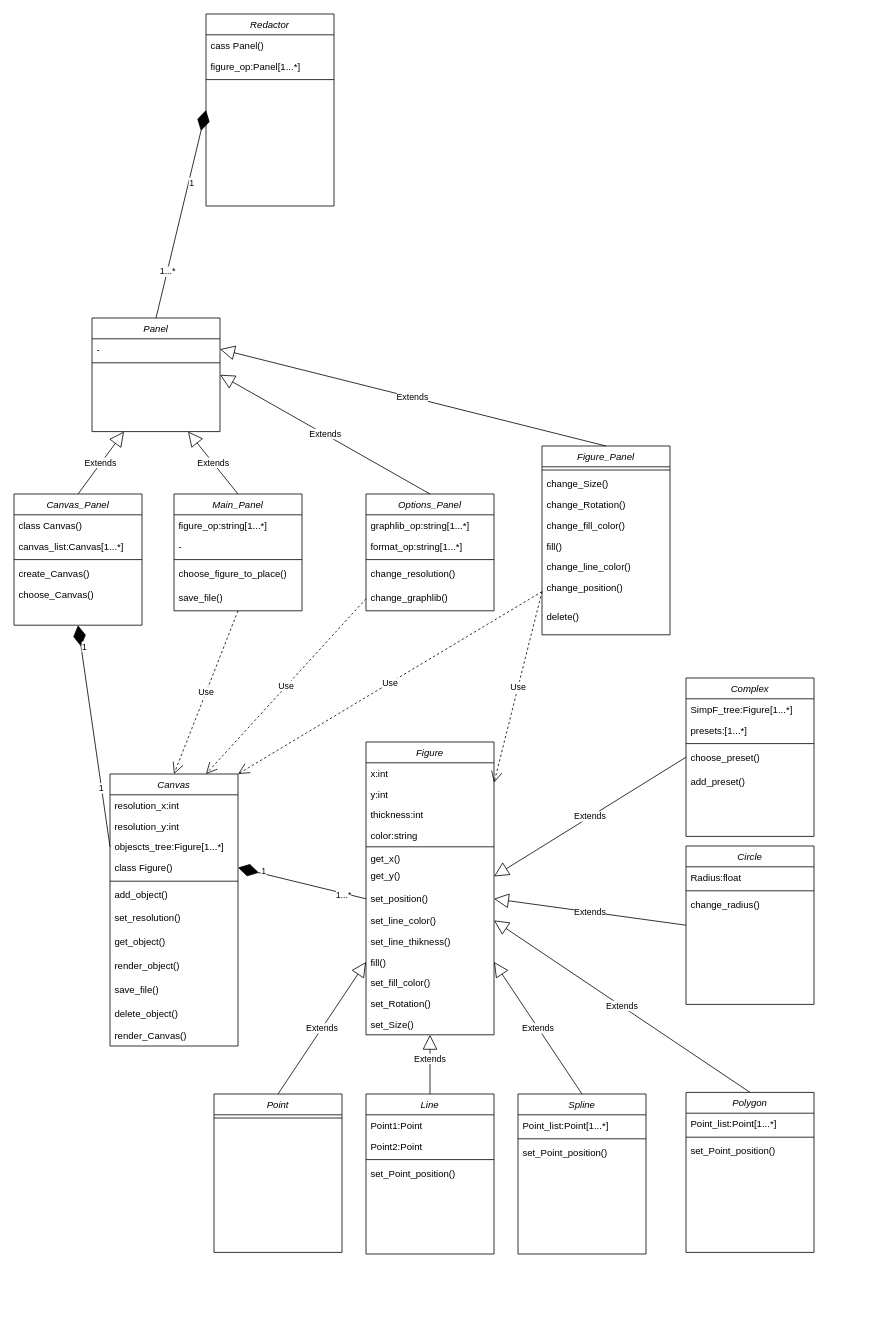
This is Диаграмма классов.drawio from MstislavRomanovski/ProgramIngeneering, a draw.io file, before an edit. Source tidied: cells renumbered, new cells numbered last; positions are measured from the earlier drawing's top-left corner, leaving out a move shared by most shapes. Both pictures are drawn from the tidied source at 80%, with x=0, y=0 at pixel (14, 14).
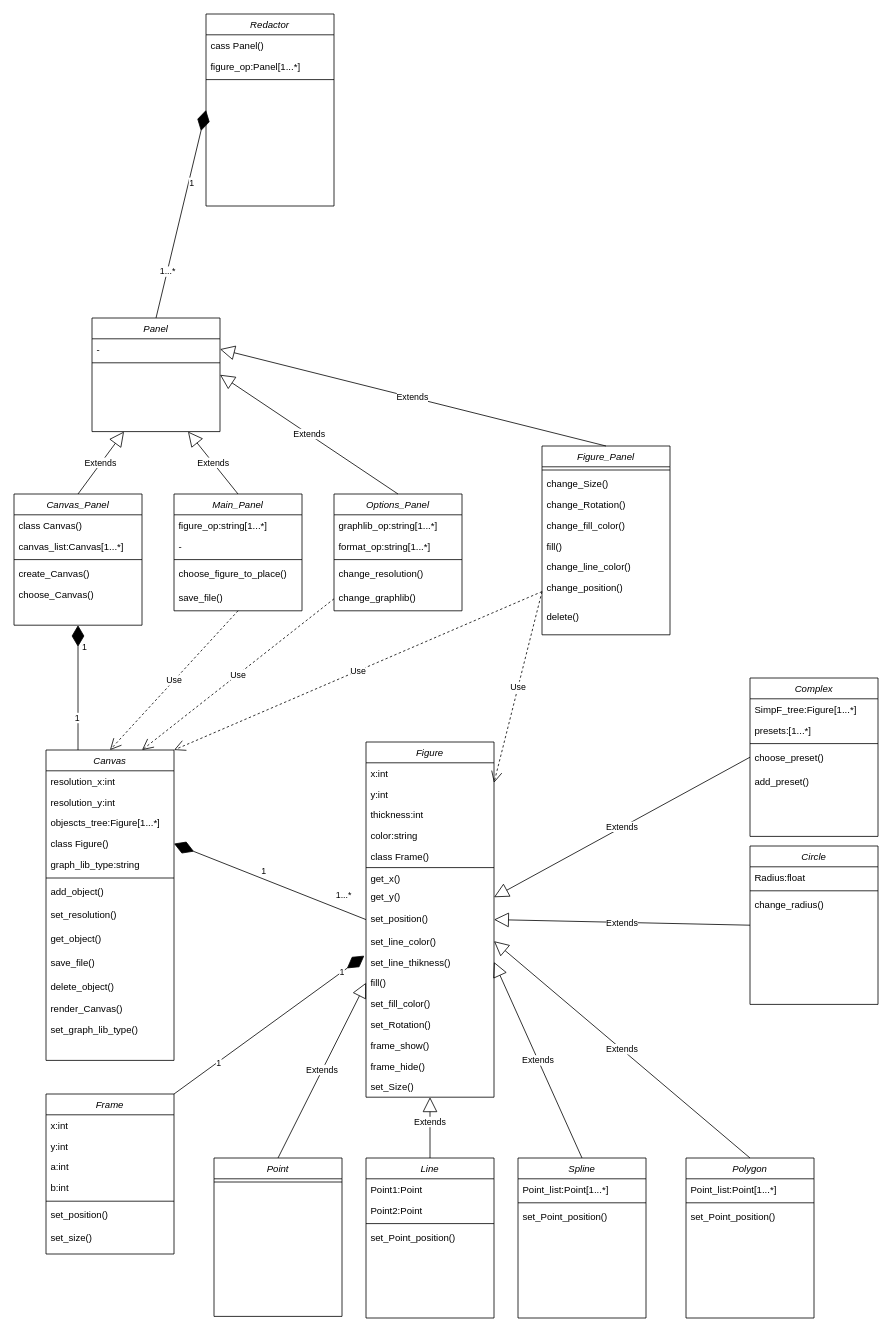
The same diagram, later.

Unchanged cells that the change refers to:
```xml
<mxCell id="5" value="objescts_tree:Figure[1...*]" style="text;align=left;verticalAlign=top;spacingLeft=4;spacingRight=4;overflow=hidden;points=[[0,0.5],[1,0.5]];portConstraint=eastwest;rounded=0;shadow=0;html=0;" parent="2" vertex="1">
  <mxGeometry y="78" width="160" height="26" as="geometry" />
</mxCell>
<mxCell id="92" value="Canvas_Panel" style="swimlane;fontStyle=2;align=center;verticalAlign=top;horizontal=1;startSize=26;rounded=0;shadow=0;strokeWidth=1;" parent="1" vertex="1">
  <mxGeometry y="600" width="160" height="164" as="geometry" />
</mxCell>
```

What changed in the source:
```diff
@@
     <mxCell id="2" value="Canvas" style="swimlane;fontStyle=2;align=center;verticalAlign=top;horizontal=1;startSize=26;rounded=0;shadow=0;strokeWidth=1;" parent="1" vertex="1">
-      <mxGeometry x="120" y="950" width="160" height="340" as="geometry" />
+      <mxGeometry x="40" y="920" width="160" height="388" as="geometry" />
     </mxCell>
@@
+    <mxCell id="112" value="graph_lib_type:string" style="text;align=left;verticalAlign=top;spacingLeft=4;spacingRight=4;overflow=hidden;rounded=0;shadow=0;html=0;" parent="2" vertex="1">
+      <mxGeometry y="130" width="160" height="26" as="geometry" />
+    </mxCell>
     <mxCell id="7" style="line;html=1;strokeWidth=1;align=left;verticalAlign=middle;spacingTop=-1;spacingLeft=3;spacingRight=3;labelPosition=right;" parent="2" vertex="1">
-      <mxGeometry y="130" width="160" height="8" as="geometry" />
+      <mxGeometry y="156" width="160" height="8" as="geometry" />
     </mxCell>
     <mxCell id="8" value="add_object()" style="text;align=left;verticalAlign=top;spacingLeft=4;spacingRight=4;overflow=hidden;" parent="2" vertex="1">
-      <mxGeometry y="138" width="160" height="28" as="geometry" />
+      <mxGeometry y="164" width="160" height="28" as="geometry" />
     </mxCell>
     <mxCell id="9" value="set_resolution()&#10;" style="text;align=left;verticalAlign=top;spacingLeft=4;spacingRight=4;overflow=hidden;" parent="2" vertex="1">
-      <mxGeometry y="166" width="160" height="30" as="geometry" />
+      <mxGeometry y="192" width="160" height="30" as="geometry" />
     </mxCell>
     <mxCell id="10" value="get_object()&#10;" style="text;align=left;verticalAlign=top;spacingLeft=4;spacingRight=4;overflow=hidden;" parent="2" vertex="1">
-      <mxGeometry y="196" width="160" height="30" as="geometry" />
+      <mxGeometry y="222" width="160" height="30" as="geometry" />
     </mxCell>
-    <mxCell id="11" value="render_object()&#10;" style="text;align=left;verticalAlign=top;spacingLeft=4;spacingRight=4;overflow=hidden;" parent="2" vertex="1">
-      <mxGeometry y="226" width="160" height="30" as="geometry" />
-    </mxCell>
     <mxCell id="12" value="save_file()&#10;" style="text;align=left;verticalAlign=top;spacingLeft=4;spacingRight=4;overflow=hidden;" parent="2" vertex="1">
-      <mxGeometry y="256" width="160" height="30" as="geometry" />
+      <mxGeometry y="252" width="160" height="30" as="geometry" />
     </mxCell>
     <mxCell id="13" value="delete_object()" style="text;align=left;verticalAlign=top;spacingLeft=4;spacingRight=4;overflow=hidden;" parent="2" vertex="1">
-      <mxGeometry y="286" width="160" height="28" as="geometry" />
+      <mxGeometry y="282" width="160" height="28" as="geometry" />
     </mxCell>
     <mxCell id="14" value="render_Canvas()" style="text;align=left;verticalAlign=top;spacingLeft=4;spacingRight=4;overflow=hidden;" parent="2" vertex="1">
-      <mxGeometry y="314" width="160" height="26" as="geometry" />
+      <mxGeometry y="310" width="160" height="26" as="geometry" />
     </mxCell>
+    <mxCell id="113" value="set_graph_lib_type()" style="text;align=left;verticalAlign=top;spacingLeft=4;spacingRight=4;overflow=hidden;" parent="2" vertex="1">
+      <mxGeometry y="336" width="160" height="26" as="geometry" />
+    </mxCell>
     <mxCell id="15" value="Figure" style="swimlane;fontStyle=2;align=center;verticalAlign=top;horizontal=1;startSize=26;rounded=0;shadow=0;strokeWidth=1;" parent="1" vertex="1">
-      <mxGeometry x="440" y="910" width="160" height="366" as="geometry" />
+      <mxGeometry x="440" y="910" width="160" height="444" as="geometry" />
     </mxCell>
@@
+    <mxCell id="114" value="class Frame()" style="text;align=left;verticalAlign=top;spacingLeft=4;spacingRight=4;overflow=hidden;rounded=0;shadow=0;html=0;" parent="15" vertex="1">
+      <mxGeometry y="130" width="160" height="26" as="geometry" />
+    </mxCell>
     <mxCell id="20" style="line;html=1;strokeWidth=1;align=left;verticalAlign=middle;spacingTop=-1;spacingLeft=3;spacingRight=3;labelPosition=right;" parent="15" vertex="1">
-      <mxGeometry y="130" width="160" height="2" as="geometry" />
+      <mxGeometry y="156" width="160" height="2" as="geometry" />
     </mxCell>
     <mxCell id="21" value="get_x()&#10;" style="text;align=left;verticalAlign=top;spacingLeft=4;spacingRight=4;overflow=hidden;" parent="15" vertex="1">
-      <mxGeometry y="132" width="160" height="22" as="geometry" />
+      <mxGeometry y="158" width="160" height="22" as="geometry" />
     </mxCell>
     <mxCell id="22" value="get_y()&#10;" style="text;align=left;verticalAlign=top;spacingLeft=4;spacingRight=4;overflow=hidden;points=[[0,0.5],[1,0.5]];portConstraint=eastwest;" parent="15" vertex="1">
-      <mxGeometry y="154" width="160" height="28" as="geometry" />
+      <mxGeometry y="180" width="160" height="28" as="geometry" />
     </mxCell>
     <mxCell id="23" value="set_position()&#10;" style="text;align=left;verticalAlign=top;spacingLeft=4;spacingRight=4;overflow=hidden;points=[[0,0.5],[1,0.5]];portConstraint=eastwest;" parent="15" vertex="1">
-      <mxGeometry y="182" width="160" height="28" as="geometry" />
+      <mxGeometry y="208" width="160" height="28" as="geometry" />
     </mxCell>
     <mxCell id="24" value="set_line_color()" style="text;align=left;verticalAlign=top;spacingLeft=4;spacingRight=4;overflow=hidden;points=[[0,0.5],[1,0.5]];portConstraint=eastwest;rounded=0;shadow=0;html=0;" parent="15" vertex="1">
-      <mxGeometry y="210" width="160" height="26" as="geometry" />
+      <mxGeometry y="236" width="160" height="26" as="geometry" />
     </mxCell>
     <mxCell id="25" value="set_line_thikness()" style="text;align=left;verticalAlign=top;spacingLeft=4;spacingRight=4;overflow=hidden;points=[[0,0.5],[1,0.5]];portConstraint=eastwest;rounded=0;shadow=0;html=0;" parent="15" vertex="1">
-      <mxGeometry y="236" width="160" height="26" as="geometry" />
+      <mxGeometry y="262" width="160" height="26" as="geometry" />
     </mxCell>
     <mxCell id="26" value="fill()" style="text;align=left;verticalAlign=top;spacingLeft=4;spacingRight=4;overflow=hidden;points=[[0,0.5],[1,0.5]];portConstraint=eastwest;rounded=0;shadow=0;html=0;" parent="15" vertex="1">
-      <mxGeometry y="262" width="160" height="26" as="geometry" />
+      <mxGeometry y="288" width="160" height="26" as="geometry" />
     </mxCell>
     <mxCell id="27" value="set_fill_color()" style="text;align=left;verticalAlign=top;spacingLeft=4;spacingRight=4;overflow=hidden;rounded=0;shadow=0;html=0;" parent="15" vertex="1">
-      <mxGeometry y="288" width="160" height="26" as="geometry" />
+      <mxGeometry y="314" width="160" height="26" as="geometry" />
     </mxCell>
     <mxCell id="28" value="set_Rotation()" style="text;align=left;verticalAlign=top;spacingLeft=4;spacingRight=4;overflow=hidden;rounded=0;shadow=0;html=0;" parent="15" vertex="1">
-      <mxGeometry y="314" width="160" height="26" as="geometry" />
+      <mxGeometry y="340" width="160" height="26" as="geometry" />
     </mxCell>
+    <mxCell id="115" value="frame_show()" style="text;align=left;verticalAlign=top;spacingLeft=4;spacingRight=4;overflow=hidden;rounded=0;shadow=0;html=0;" parent="15" vertex="1">
+      <mxGeometry y="366" width="160" height="26" as="geometry" />
+    </mxCell>
+    <mxCell id="116" value="frame_hide()" style="text;align=left;verticalAlign=top;spacingLeft=4;spacingRight=4;overflow=hidden;rounded=0;shadow=0;html=0;" parent="15" vertex="1">
+      <mxGeometry y="392" width="160" height="26" as="geometry" />
+    </mxCell>
     <mxCell id="29" value="set_Size()" style="text;align=left;verticalAlign=top;spacingLeft=4;spacingRight=4;overflow=hidden;rounded=0;shadow=0;html=0;" parent="15" vertex="1">
-      <mxGeometry y="340" width="160" height="26" as="geometry" />
+      <mxGeometry y="418" width="160" height="26" as="geometry" />
     </mxCell>
@@
-    <mxCell id="40" style="endArrow=diamondThin;endFill=1;endSize=24;html=1;rounded=0;exitX=0;exitY=0.5;exitDx=0;exitDy=0;entryX=0.5;entryY=1;entryDx=0;entryDy=0;" parent="1" edge="1" source="5" target="92">
+    <mxCell id="40" style="endArrow=diamondThin;endFill=1;endSize=24;html=1;rounded=0;exitX=0.25;exitY=0;exitDx=0;exitDy=0;entryX=0.5;entryY=1;entryDx=0;entryDy=0;" parent="1" edge="1" source="2" target="92">
       <mxGeometry relative="1" as="geometry" />
     </mxCell>
@@
     <mxCell id="43" value="Point" style="swimlane;fontStyle=2;align=center;verticalAlign=top;horizontal=1;startSize=26;rounded=0;shadow=0;strokeWidth=1;" parent="1" vertex="1">
-      <mxGeometry x="250" y="1350" width="160" height="198" as="geometry" />
+      <mxGeometry x="250" y="1430" width="160" height="198" as="geometry" />
     </mxCell>
@@
     <mxCell id="45" value="Line" style="swimlane;fontStyle=2;align=center;verticalAlign=top;horizontal=1;startSize=26;rounded=0;shadow=0;strokeWidth=1;" parent="1" vertex="1">
-      <mxGeometry x="440" y="1350" width="160" height="200" as="geometry" />
+      <mxGeometry x="440" y="1430" width="160" height="200" as="geometry" />
     </mxCell>
@@
     <mxCell id="50" value="Spline" style="swimlane;fontStyle=2;align=center;verticalAlign=top;horizontal=1;startSize=26;rounded=0;shadow=0;strokeWidth=1;" parent="1" vertex="1">
-      <mxGeometry x="630" y="1350" width="160" height="200" as="geometry" />
+      <mxGeometry x="630" y="1430" width="160" height="200" as="geometry" />
     </mxCell>
@@
     <mxCell id="54" value="Polygon" style="swimlane;fontStyle=2;align=center;verticalAlign=top;horizontal=1;startSize=26;rounded=0;shadow=0;strokeWidth=1;" parent="1" vertex="1">
-      <mxGeometry x="840" y="1348" width="160" height="200" as="geometry" />
+      <mxGeometry x="840" y="1430" width="160" height="200" as="geometry" />
     </mxCell>
@@
     <mxCell id="63" value="Circle" style="swimlane;fontStyle=2;align=center;verticalAlign=top;horizontal=1;startSize=26;rounded=0;shadow=0;strokeWidth=1;" parent="1" vertex="1">
-      <mxGeometry x="840" y="1040" width="160" height="198" as="geometry" />
+      <mxGeometry x="920" y="1040" width="160" height="198" as="geometry" />
     </mxCell>
@@
     <mxCell id="68" value="Complex" style="swimlane;fontStyle=2;align=center;verticalAlign=top;horizontal=1;startSize=26;rounded=0;shadow=0;strokeWidth=1;" parent="1" vertex="1">
-      <mxGeometry x="840" y="830" width="160" height="198" as="geometry" />
+      <mxGeometry x="920" y="830" width="160" height="198" as="geometry" />
     </mxCell>
@@
     <mxCell id="76" value="Options_Panel" style="swimlane;fontStyle=2;align=center;verticalAlign=top;horizontal=1;startSize=26;rounded=0;shadow=0;strokeWidth=1;" parent="1" vertex="1">
-      <mxGeometry x="440" y="600" width="160" height="146" as="geometry" />
+      <mxGeometry x="400" y="600" width="160" height="146" as="geometry" />
     </mxCell>
@@
+    <mxCell id="117" value="Frame" style="swimlane;fontStyle=2;align=center;verticalAlign=top;horizontal=1;startSize=26;rounded=0;shadow=0;strokeWidth=1;" parent="1" vertex="1">
+      <mxGeometry x="40" y="1350" width="160" height="200" as="geometry" />
+    </mxCell>
+    <mxCell id="118" value="x:int" style="text;align=left;verticalAlign=top;spacingLeft=4;spacingRight=4;overflow=hidden;" parent="117" vertex="1">
+      <mxGeometry y="26" width="160" height="26" as="geometry" />
+    </mxCell>
+    <mxCell id="119" value="y:int" style="text;align=left;verticalAlign=top;spacingLeft=4;spacingRight=4;overflow=hidden;rounded=0;shadow=0;html=0;" parent="117" vertex="1">
+      <mxGeometry y="52" width="160" height="26" as="geometry" />
+    </mxCell>
+    <mxCell id="120" value="a:int" style="text;align=left;verticalAlign=top;spacingLeft=4;spacingRight=4;overflow=hidden;rounded=0;shadow=0;html=0;" parent="117" vertex="1">
+      <mxGeometry y="78" width="160" height="26" as="geometry" />
+    </mxCell>
+    <mxCell id="121" value="b:int" style="text;align=left;verticalAlign=top;spacingLeft=4;spacingRight=4;overflow=hidden;rounded=0;shadow=0;html=0;" parent="117" vertex="1">
+      <mxGeometry y="104" width="160" height="26" as="geometry" />
+    </mxCell>
+    <mxCell id="122" style="line;html=1;strokeWidth=1;align=left;verticalAlign=middle;spacingTop=-1;spacingLeft=3;spacingRight=3;labelPosition=right;" parent="117" vertex="1">
+      <mxGeometry y="130" width="160" height="8" as="geometry" />
+    </mxCell>
+    <mxCell id="123" value="set_position()&#10;" style="text;align=left;verticalAlign=top;spacingLeft=4;spacingRight=4;overflow=hidden;" parent="117" vertex="1">
+      <mxGeometry y="138" width="160" height="28" as="geometry" />
+    </mxCell>
+    <mxCell id="124" value="set_size()&#10;" style="text;align=left;verticalAlign=top;spacingLeft=4;spacingRight=4;overflow=hidden;" parent="117" vertex="1">
+      <mxGeometry y="166" width="160" height="28" as="geometry" />
+    </mxCell>
+    <mxCell id="125" style="endArrow=diamondThin;endFill=1;endSize=24;html=1;rounded=0;entryX=-0.013;entryY=0.196;entryDx=0;entryDy=0;exitX=1;exitY=0;exitDx=0;exitDy=0;entryPerimeter=0;" parent="1" edge="1" source="117" target="25">
+      <mxGeometry relative="1" as="geometry" />
+    </mxCell>
+    <mxCell id="126" value="1" style="edgeLabel;html=1;align=center;verticalAlign=middle;" parent="125" vertex="1">
+      <mxGeometry x="-0.54" y="-1" relative="1" as="geometry" />
+    </mxCell>
+    <mxCell id="127" value="1" style="edgeLabel;html=1;align=center;verticalAlign=middle;" parent="125" vertex="1">
+      <mxGeometry x="0.76" relative="1" as="geometry" />
+    </mxCell>
```
